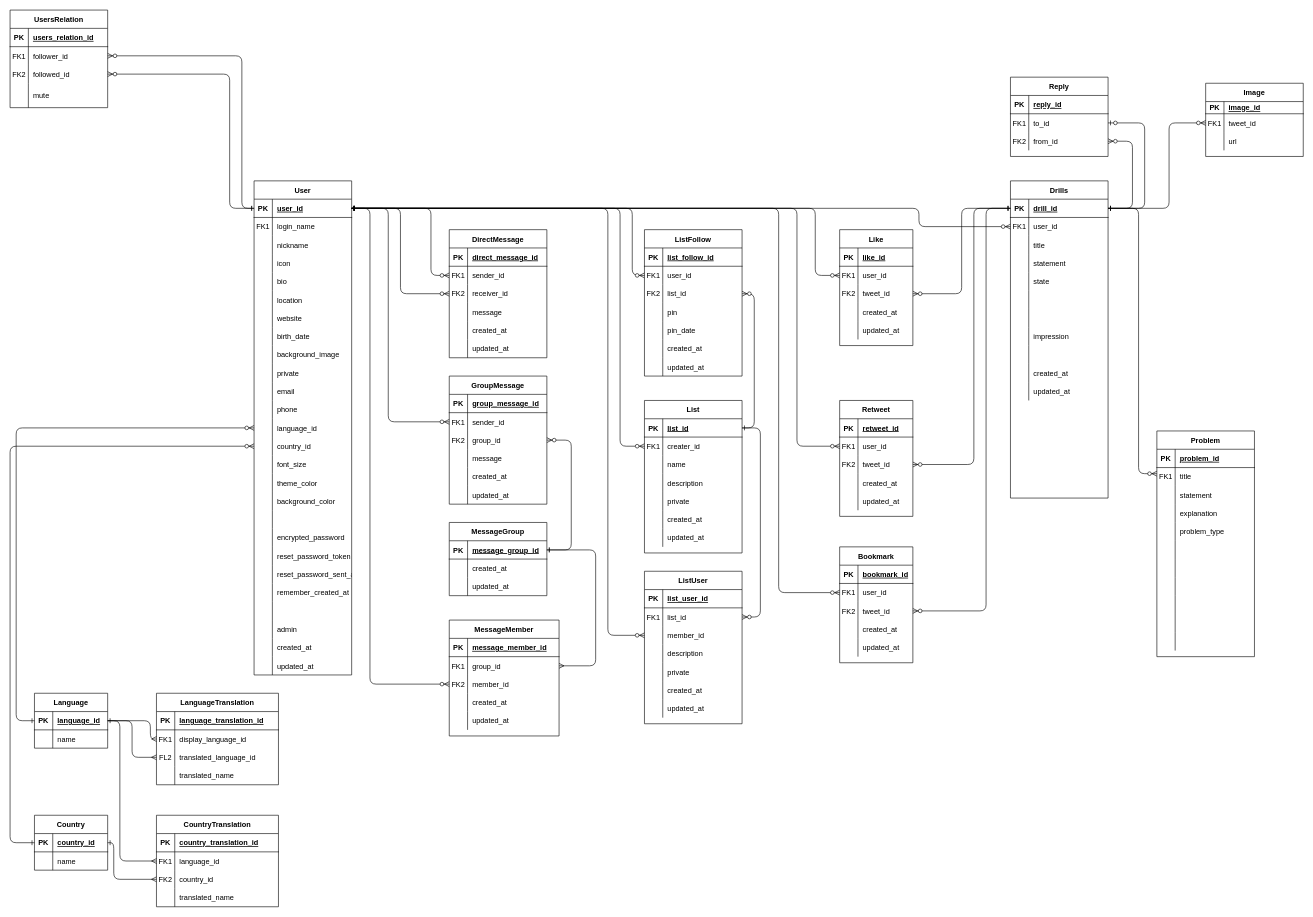
universato/boot keeps this draw.io diagram as BrainDriller.drawio. Above is the earlier version. Source tidied: cells renumbered, new cells numbered last; positions are measured from the earlier drawing's top-left corner, leaving out a move shared by most shapes. Both pictures are drawn from the tidied source at 61%, with x=0, y=0 at pixel (10, 10).
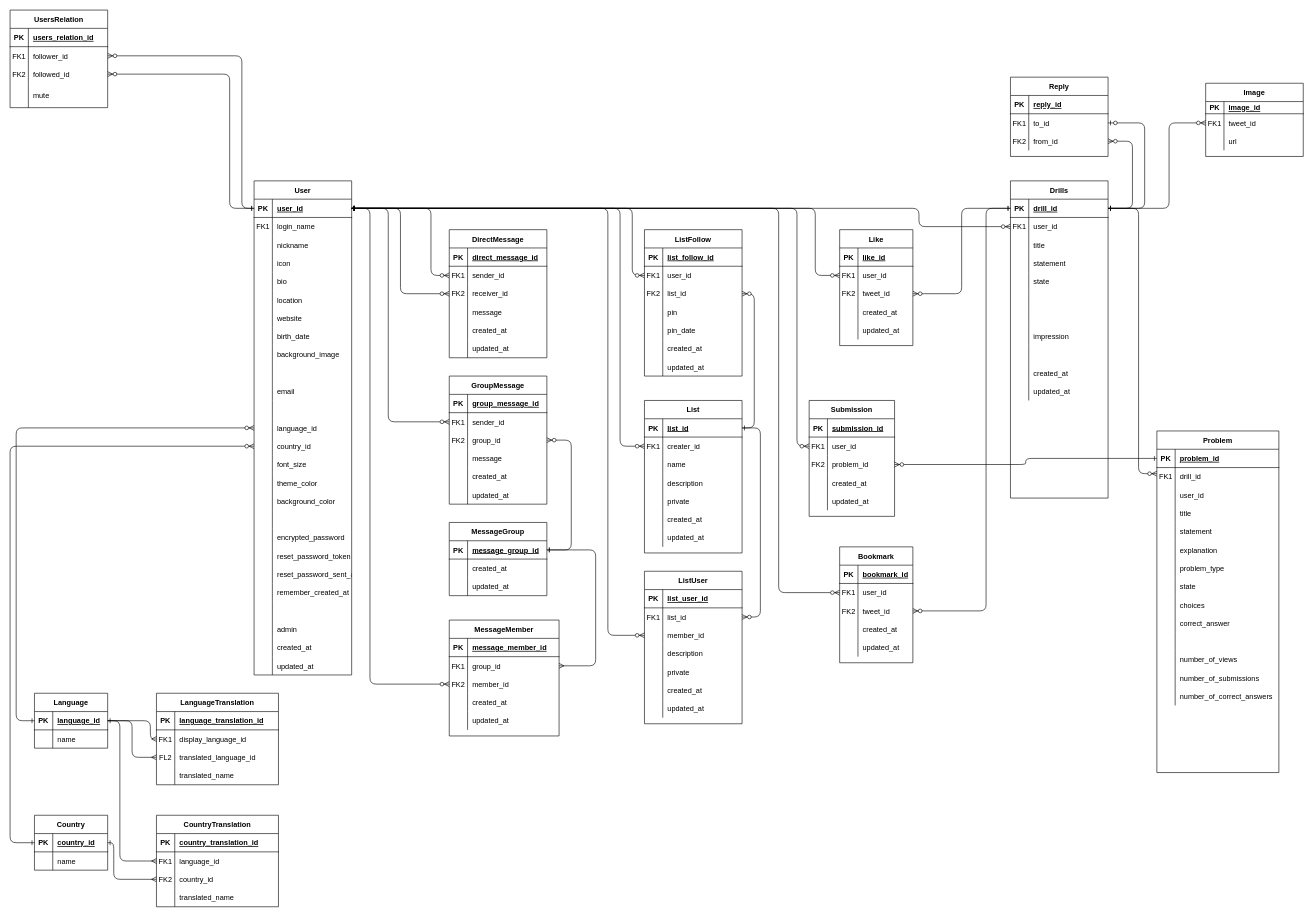
The same page after the edit.

Unchanged cells that the change refers to:
```xml
<mxCell id="73" style="shape=partialRectangle;fillColor=none;top=0;left=0;right=0;bottom=0;" parent="45" vertex="1">
  <mxGeometry y="300" width="160" height="30" as="geometry" />
</mxCell>
<mxCell id="79" style="shape=partialRectangle;fillColor=none;top=0;left=0;right=0;bottom=0;" parent="45" vertex="1">
  <mxGeometry y="360" width="160" height="30" as="geometry" />
</mxCell>
<mxCell id="213" style="shape=partialRectangle;fillColor=none;points=[[0,0.5],[1,0.5]];portConstraint=eastwest;top=0;left=0;right=0;bottom=1;" parent="212" vertex="1">
  <mxGeometry y="30" width="160" height="30" as="geometry" />
</mxCell>
```

The edit, as a diff of the source:
```diff
@@
-    <mxCell id="26" style="edgeStyle=elbowEdgeStyle;endArrow=ERzeroToMany;startArrow=ERone;endFill=1;startFill=0;entryX=1;entryY=0.5;entryDx=0;entryDy=0;exitX=0;exitY=0.5;exitDx=0;exitDy=0;" parent="1" edge="1" source="213" target="171">
+    <mxCell id="26" style="edgeStyle=elbowEdgeStyle;endArrow=ERzeroToMany;startArrow=ERone;endFill=1;startFill=0;entryX=1;entryY=0.5;entryDx=0;entryDy=0;exitX=0;exitY=0.5;exitDx=0;exitDy=0;" parent="1" edge="1" source="399" target="171">
       <mxGeometry relative="1" as="geometry">
         <Array as="points">
-          <mxPoint x="1580" y="530" />
+          <mxPoint x="1665" y="750" />
         </Array>
       </mxGeometry>
     </mxCell>
@@
-    <mxCell id="75" value="private" style="shape=partialRectangle;overflow=hidden;fillColor=none;top=0;left=0;bottom=0;right=0;align=left;spacingLeft=6;" parent="73" vertex="1">
+    <mxCell id="75" style="shape=partialRectangle;overflow=hidden;fillColor=none;top=0;left=0;bottom=0;right=0;align=left;spacingLeft=6;" parent="73" vertex="1">
       <mxGeometry x="30" width="130" height="30" as="geometry" />
     </mxCell>
@@
-    <mxCell id="81" value="phone" style="shape=partialRectangle;overflow=hidden;fillColor=none;top=0;left=0;bottom=0;right=0;align=left;spacingLeft=6;" parent="79" vertex="1">
+    <mxCell id="81" style="shape=partialRectangle;overflow=hidden;fillColor=none;top=0;left=0;bottom=0;right=0;align=left;spacingLeft=6;" parent="79" vertex="1">
       <mxGeometry x="30" width="130" height="30" as="geometry" />
     </mxCell>
@@
-    <mxCell id="164" value="Retweet" style="shape=table;startSize=30;childLayout=tableLayout;rowLines=0;fontStyle=1;align=center;" parent="1" vertex="1">
-      <mxGeometry x="1360" y="640" width="120" height="190" as="geometry" />
+    <mxCell id="164" value="Submission" style="shape=table;startSize=30;childLayout=tableLayout;rowLines=0;fontStyle=1;align=center;" parent="1" vertex="1">
+      <mxGeometry x="1310" y="640" width="140" height="190" as="geometry" />
     </mxCell>
     <mxCell id="165" style="shape=partialRectangle;fillColor=none;top=0;left=0;right=0;bottom=1;" parent="164" vertex="1">
-      <mxGeometry y="30" width="120" height="30" as="geometry" />
+      <mxGeometry y="30" width="140" height="30" as="geometry" />
     </mxCell>
@@
-    <mxCell id="167" value="retweet_id" style="shape=partialRectangle;overflow=hidden;fillColor=none;top=0;left=0;bottom=0;right=0;align=left;spacingLeft=6;fontStyle=5;" parent="165" vertex="1">
-      <mxGeometry x="30" width="90" height="30" as="geometry" />
+    <mxCell id="167" value="submission_id" style="shape=partialRectangle;overflow=hidden;fillColor=none;top=0;left=0;bottom=0;right=0;align=left;spacingLeft=6;fontStyle=5;" parent="165" vertex="1">
+      <mxGeometry x="30" width="110" height="30" as="geometry" />
     </mxCell>
     <mxCell id="168" style="shape=partialRectangle;fillColor=none;points=[[0,0.5],[1,0.5]];portConstraint=eastwest;top=0;left=0;right=0;bottom=0;" parent="164" vertex="1">
-      <mxGeometry y="60" width="120" height="30" as="geometry" />
+      <mxGeometry y="60" width="140" height="30" as="geometry" />
     </mxCell>
@@
     <mxCell id="170" value="user_id" style="shape=partialRectangle;overflow=hidden;fillColor=none;top=0;left=0;bottom=0;right=0;align=left;spacingLeft=6;" parent="168" vertex="1">
-      <mxGeometry x="30" width="90" height="30" as="geometry" />
+      <mxGeometry x="30" width="110" height="30" as="geometry" />
     </mxCell>
     <mxCell id="171" style="shape=partialRectangle;fillColor=none;points=[[0,0.5],[1,0.5]];portConstraint=eastwest;top=0;left=0;right=0;bottom=0;" parent="164" vertex="1">
-      <mxGeometry y="90" width="120" height="30" as="geometry" />
+      <mxGeometry y="90" width="140" height="30" as="geometry" />
     </mxCell>
@@
-    <mxCell id="173" value="tweet_id" style="shape=partialRectangle;overflow=hidden;fillColor=none;top=0;left=0;bottom=0;right=0;align=left;spacingLeft=6;" parent="171" vertex="1">
-      <mxGeometry x="30" width="90" height="30" as="geometry" />
+    <mxCell id="173" value="problem_id" style="shape=partialRectangle;overflow=hidden;fillColor=none;top=0;left=0;bottom=0;right=0;align=left;spacingLeft=6;" parent="171" vertex="1">
+      <mxGeometry x="30" width="110" height="30" as="geometry" />
     </mxCell>
     <mxCell id="174" style="shape=partialRectangle;fillColor=none;top=0;left=0;right=0;bottom=0;" parent="164" vertex="1">
-      <mxGeometry y="120" width="120" height="30" as="geometry" />
+      <mxGeometry y="120" width="140" height="30" as="geometry" />
     </mxCell>
@@
     <mxCell id="176" value="created_at" style="shape=partialRectangle;overflow=hidden;fillColor=none;top=0;left=0;bottom=0;right=0;align=left;spacingLeft=6;" parent="174" vertex="1">
-      <mxGeometry x="30" width="90" height="30" as="geometry" />
+      <mxGeometry x="30" width="110" height="30" as="geometry" />
     </mxCell>
     <mxCell id="177" style="shape=partialRectangle;fillColor=none;top=0;left=0;right=0;bottom=0;" parent="164" vertex="1">
-      <mxGeometry y="150" width="120" height="30" as="geometry" />
+      <mxGeometry y="150" width="140" height="30" as="geometry" />
     </mxCell>
@@
     <mxCell id="179" value="updated_at" style="shape=partialRectangle;overflow=hidden;fillColor=none;top=0;left=0;bottom=0;right=0;align=left;spacingLeft=6;" parent="177" vertex="1">
-      <mxGeometry x="30" width="90" height="30" as="geometry" />
+      <mxGeometry x="30" width="110" height="30" as="geometry" />
     </mxCell>
@@
     <mxCell id="398" value="Problem" style="shape=table;startSize=30;childLayout=tableLayout;rowLines=0;fontStyle=1;align=center;" parent="1" vertex="1">
-      <mxGeometry x="1880" y="690" width="160" height="370" as="geometry" />
+      <mxGeometry x="1880" y="690" width="200" height="560" as="geometry" />
     </mxCell>
     <mxCell id="399" style="shape=partialRectangle;fillColor=none;points=[[0,0.5],[1,0.5]];portConstraint=eastwest;top=0;left=0;right=0;bottom=1;" parent="398" vertex="1">
-      <mxGeometry y="30" width="160" height="30" as="geometry" />
+      <mxGeometry y="30" width="200" height="30" as="geometry" />
     </mxCell>
@@
     <mxCell id="401" value="problem_id" style="shape=partialRectangle;overflow=hidden;fillColor=none;top=0;left=0;bottom=0;right=0;align=left;spacingLeft=6;fontStyle=5;" parent="399" vertex="1">
-      <mxGeometry x="30" width="130" height="30" as="geometry" />
+      <mxGeometry x="30" width="170" height="30" as="geometry" />
     </mxCell>
     <mxCell id="402" style="shape=partialRectangle;fillColor=none;top=0;left=0;right=0;bottom=0;" parent="398" vertex="1">
-      <mxGeometry y="60" width="160" height="30" as="geometry" />
+      <mxGeometry y="60" width="200" height="30" as="geometry" />
     </mxCell>
@@
-    <mxCell id="404" value="title" style="shape=partialRectangle;overflow=hidden;fillColor=none;top=0;left=0;bottom=0;right=0;align=left;spacingLeft=6;" parent="402" vertex="1">
-      <mxGeometry x="30" width="130" height="30" as="geometry" />
+    <mxCell id="404" value="drill_id" style="shape=partialRectangle;overflow=hidden;fillColor=none;top=0;left=0;bottom=0;right=0;align=left;spacingLeft=6;" parent="402" vertex="1">
+      <mxGeometry x="30" width="170" height="30" as="geometry" />
     </mxCell>
+    <mxCell id="432" style="shape=partialRectangle;fillColor=none;top=0;left=0;right=0;bottom=0;" parent="398" vertex="1">
+      <mxGeometry y="90" width="200" height="30" as="geometry" />
+    </mxCell>
+    <mxCell id="433" style="shape=partialRectangle;overflow=hidden;fillColor=none;top=0;left=0;bottom=0;right=0;" parent="432" vertex="1">
+      <mxGeometry width="30" height="30" as="geometry" />
+    </mxCell>
+    <mxCell id="434" value="user_id" style="shape=partialRectangle;overflow=hidden;fillColor=none;top=0;left=0;bottom=0;right=0;align=left;spacingLeft=6;" parent="432" vertex="1">
+      <mxGeometry x="30" width="170" height="30" as="geometry" />
+    </mxCell>
+    <mxCell id="435" style="shape=partialRectangle;fillColor=none;top=0;left=0;right=0;bottom=0;" parent="398" vertex="1">
+      <mxGeometry y="120" width="200" height="30" as="geometry" />
+    </mxCell>
+    <mxCell id="436" style="shape=partialRectangle;overflow=hidden;fillColor=none;top=0;left=0;bottom=0;right=0;" parent="435" vertex="1">
+      <mxGeometry width="30" height="30" as="geometry" />
+    </mxCell>
+    <mxCell id="437" value="title" style="shape=partialRectangle;overflow=hidden;fillColor=none;top=0;left=0;bottom=0;right=0;align=left;spacingLeft=6;" parent="435" vertex="1">
+      <mxGeometry x="30" width="170" height="30" as="geometry" />
+    </mxCell>
     <mxCell id="405" style="shape=partialRectangle;fillColor=none;top=0;left=0;right=0;bottom=0;" parent="398" vertex="1">
-      <mxGeometry y="90" width="160" height="30" as="geometry" />
+      <mxGeometry y="150" width="200" height="30" as="geometry" />
     </mxCell>
@@
     <mxCell id="407" value="statement" style="shape=partialRectangle;overflow=hidden;fillColor=none;top=0;left=0;bottom=0;right=0;align=left;spacingLeft=6;" parent="405" vertex="1">
-      <mxGeometry x="30" width="130" height="30" as="geometry" />
+      <mxGeometry x="30" width="170" height="30" as="geometry" />
     </mxCell>
     <mxCell id="408" style="shape=partialRectangle;fillColor=none;top=0;left=0;right=0;bottom=0;" parent="398" vertex="1">
-      <mxGeometry y="120" width="160" height="30" as="geometry" />
+      <mxGeometry y="180" width="200" height="30" as="geometry" />
     </mxCell>
@@
     <mxCell id="410" value="explanation" style="shape=partialRectangle;overflow=hidden;fillColor=none;top=0;left=0;bottom=0;right=0;align=left;spacingLeft=6;" parent="408" vertex="1">
-      <mxGeometry x="30" width="130" height="30" as="geometry" />
+      <mxGeometry x="30" width="170" height="30" as="geometry" />
     </mxCell>
     <mxCell id="411" style="shape=partialRectangle;fillColor=none;top=0;left=0;right=0;bottom=0;" parent="398" vertex="1">
-      <mxGeometry y="150" width="160" height="30" as="geometry" />
+      <mxGeometry y="210" width="200" height="30" as="geometry" />
     </mxCell>
@@
     <mxCell id="413" value="problem_type" style="shape=partialRectangle;overflow=hidden;fillColor=none;top=0;left=0;bottom=0;right=0;align=left;spacingLeft=6;" parent="411" vertex="1">
-      <mxGeometry x="30" width="130" height="30" as="geometry" />
+      <mxGeometry x="30" width="170" height="30" as="geometry" />
     </mxCell>
     <mxCell id="414" style="shape=partialRectangle;fillColor=none;top=0;left=0;right=0;bottom=0;" parent="398" vertex="1">
-      <mxGeometry y="180" width="160" height="30" as="geometry" />
+      <mxGeometry y="240" width="200" height="30" as="geometry" />
     </mxCell>
@@
-    <mxCell id="416" style="shape=partialRectangle;overflow=hidden;fillColor=none;top=0;left=0;bottom=0;right=0;align=left;spacingLeft=6;" parent="414" vertex="1">
-      <mxGeometry x="30" width="130" height="30" as="geometry" />
+    <mxCell id="416" value="state" style="shape=partialRectangle;overflow=hidden;fillColor=none;top=0;left=0;bottom=0;right=0;align=left;spacingLeft=6;" parent="414" vertex="1">
+      <mxGeometry x="30" width="170" height="30" as="geometry" />
     </mxCell>
     <mxCell id="417" style="shape=partialRectangle;fillColor=none;top=0;left=0;right=0;bottom=0;" parent="398" vertex="1">
-      <mxGeometry y="210" width="160" height="30" as="geometry" />
+      <mxGeometry y="270" width="200" height="30" as="geometry" />
     </mxCell>
@@
-    <mxCell id="419" style="shape=partialRectangle;overflow=hidden;fillColor=none;top=0;left=0;bottom=0;right=0;align=left;spacingLeft=6;" parent="417" vertex="1">
-      <mxGeometry x="30" width="130" height="30" as="geometry" />
+    <mxCell id="419" value="choices" style="shape=partialRectangle;overflow=hidden;fillColor=none;top=0;left=0;bottom=0;right=0;align=left;spacingLeft=6;" parent="417" vertex="1">
+      <mxGeometry x="30" width="170" height="30" as="geometry" />
     </mxCell>
     <mxCell id="420" style="shape=partialRectangle;fillColor=none;top=0;left=0;right=0;bottom=0;" parent="398" vertex="1">
-      <mxGeometry y="240" width="160" height="30" as="geometry" />
+      <mxGeometry y="300" width="200" height="30" as="geometry" />
     </mxCell>
@@
-    <mxCell id="422" style="shape=partialRectangle;overflow=hidden;fillColor=none;top=0;left=0;bottom=0;right=0;align=left;spacingLeft=6;" parent="420" vertex="1">
-      <mxGeometry x="30" width="130" height="30" as="geometry" />
+    <mxCell id="422" value="correct_answer" style="shape=partialRectangle;overflow=hidden;fillColor=none;top=0;left=0;bottom=0;right=0;align=left;spacingLeft=6;" parent="420" vertex="1">
+      <mxGeometry x="30" width="170" height="30" as="geometry" />
     </mxCell>
     <mxCell id="423" style="shape=partialRectangle;fillColor=none;top=0;left=0;right=0;bottom=0;" parent="398" vertex="1">
-      <mxGeometry y="270" width="160" height="30" as="geometry" />
+      <mxGeometry y="330" width="200" height="30" as="geometry" />
     </mxCell>
@@
     <mxCell id="425" style="shape=partialRectangle;overflow=hidden;fillColor=none;top=0;left=0;bottom=0;right=0;align=left;spacingLeft=6;" parent="423" vertex="1">
-      <mxGeometry x="30" width="130" height="30" as="geometry" />
+      <mxGeometry x="30" width="170" height="30" as="geometry" />
     </mxCell>
     <mxCell id="426" style="shape=partialRectangle;fillColor=none;top=0;left=0;right=0;bottom=0;" parent="398" vertex="1">
-      <mxGeometry y="300" width="160" height="30" as="geometry" />
+      <mxGeometry y="360" width="200" height="30" as="geometry" />
     </mxCell>
@@
-    <mxCell id="428" style="shape=partialRectangle;overflow=hidden;fillColor=none;top=0;left=0;bottom=0;right=0;align=left;spacingLeft=6;" parent="426" vertex="1">
-      <mxGeometry x="30" width="130" height="30" as="geometry" />
+    <mxCell id="428" value="number_of_views" style="shape=partialRectangle;overflow=hidden;fillColor=none;top=0;left=0;bottom=0;right=0;align=left;spacingLeft=6;" parent="426" vertex="1">
+      <mxGeometry x="30" width="170" height="30" as="geometry" />
     </mxCell>
     <mxCell id="429" style="shape=partialRectangle;fillColor=none;top=0;left=0;right=0;bottom=0;" parent="398" vertex="1">
-      <mxGeometry y="330" width="160" height="30" as="geometry" />
+      <mxGeometry y="390" width="200" height="30" as="geometry" />
     </mxCell>
@@
-    <mxCell id="431" style="shape=partialRectangle;overflow=hidden;fillColor=none;top=0;left=0;bottom=0;right=0;align=left;spacingLeft=6;" parent="429" vertex="1">
-      <mxGeometry x="30" width="130" height="30" as="geometry" />
+    <mxCell id="431" value="number_of_submissions" style="shape=partialRectangle;overflow=hidden;fillColor=none;top=0;left=0;bottom=0;right=0;align=left;spacingLeft=6;" parent="429" vertex="1">
+      <mxGeometry x="30" width="170" height="30" as="geometry" />
     </mxCell>
+    <mxCell id="438" style="shape=partialRectangle;fillColor=none;top=0;left=0;right=0;bottom=0;" parent="398" vertex="1">
+      <mxGeometry y="420" width="200" height="30" as="geometry" />
+    </mxCell>
+    <mxCell id="439" style="shape=partialRectangle;overflow=hidden;fillColor=none;top=0;left=0;bottom=0;right=0;" parent="438" vertex="1">
+      <mxGeometry width="30" height="30" as="geometry" />
+    </mxCell>
+    <mxCell id="440" value="number_of_correct_answers" style="shape=partialRectangle;overflow=hidden;fillColor=none;top=0;left=0;bottom=0;right=0;align=left;spacingLeft=6;" parent="438" vertex="1">
+      <mxGeometry x="30" width="170" height="30" as="geometry" />
+    </mxCell>
```
